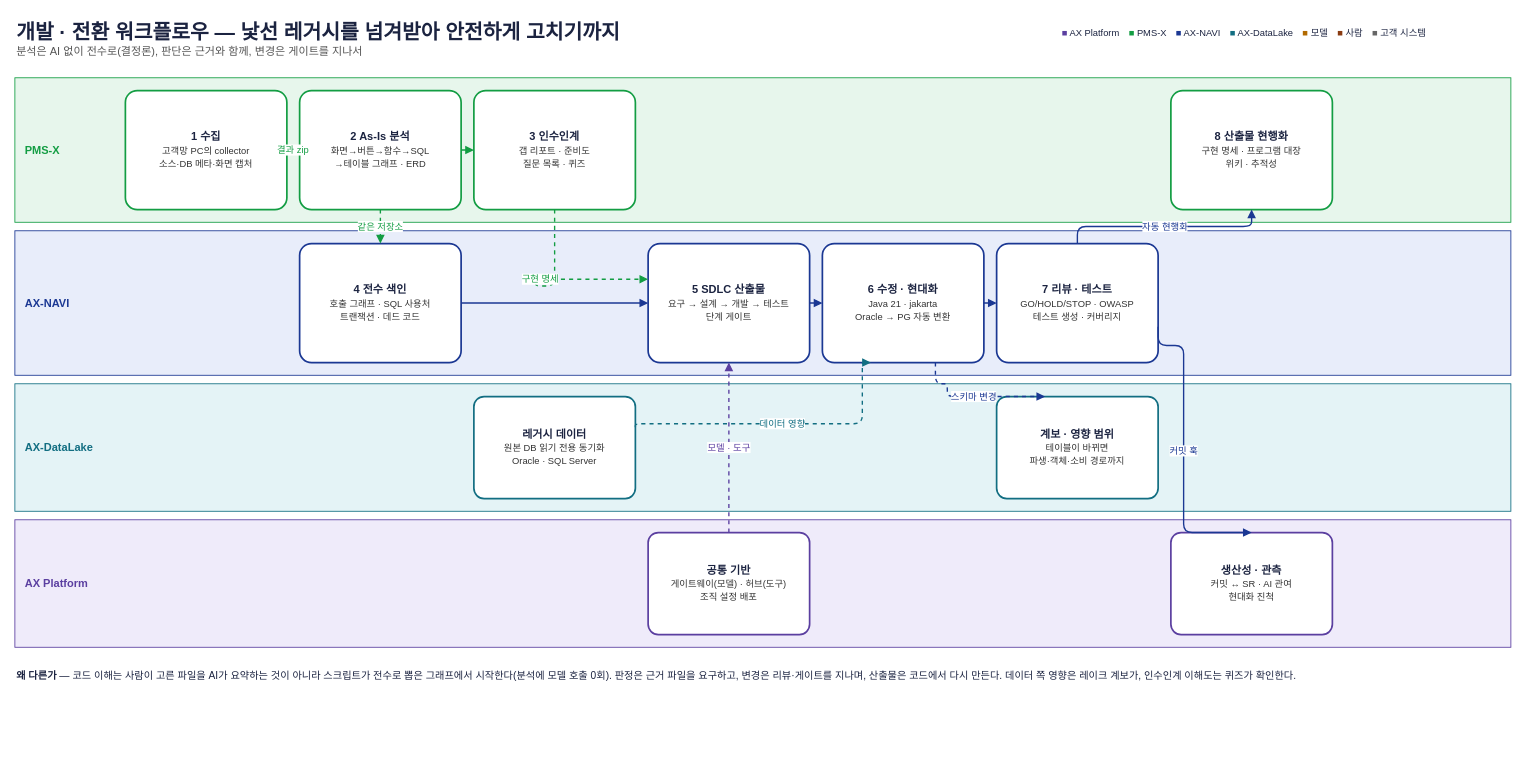
Before: page "3. 개발 · 전환 워크플로우 — SI에서 SM으로, 레거시에서 현대화로" (3 of 4) of download/hnix-ax-ecosystem.drawio in Malburi/hnix-ax-site, a draw.io diagram. Source tidied: cells renumbered, new cells numbered last; positions are measured from the earlier drawing's top-left corner, leaving out a move shared by most shapes. Both pictures are drawn from the tidied source at 85%, with x=0, y=0 at pixel (14, 14).
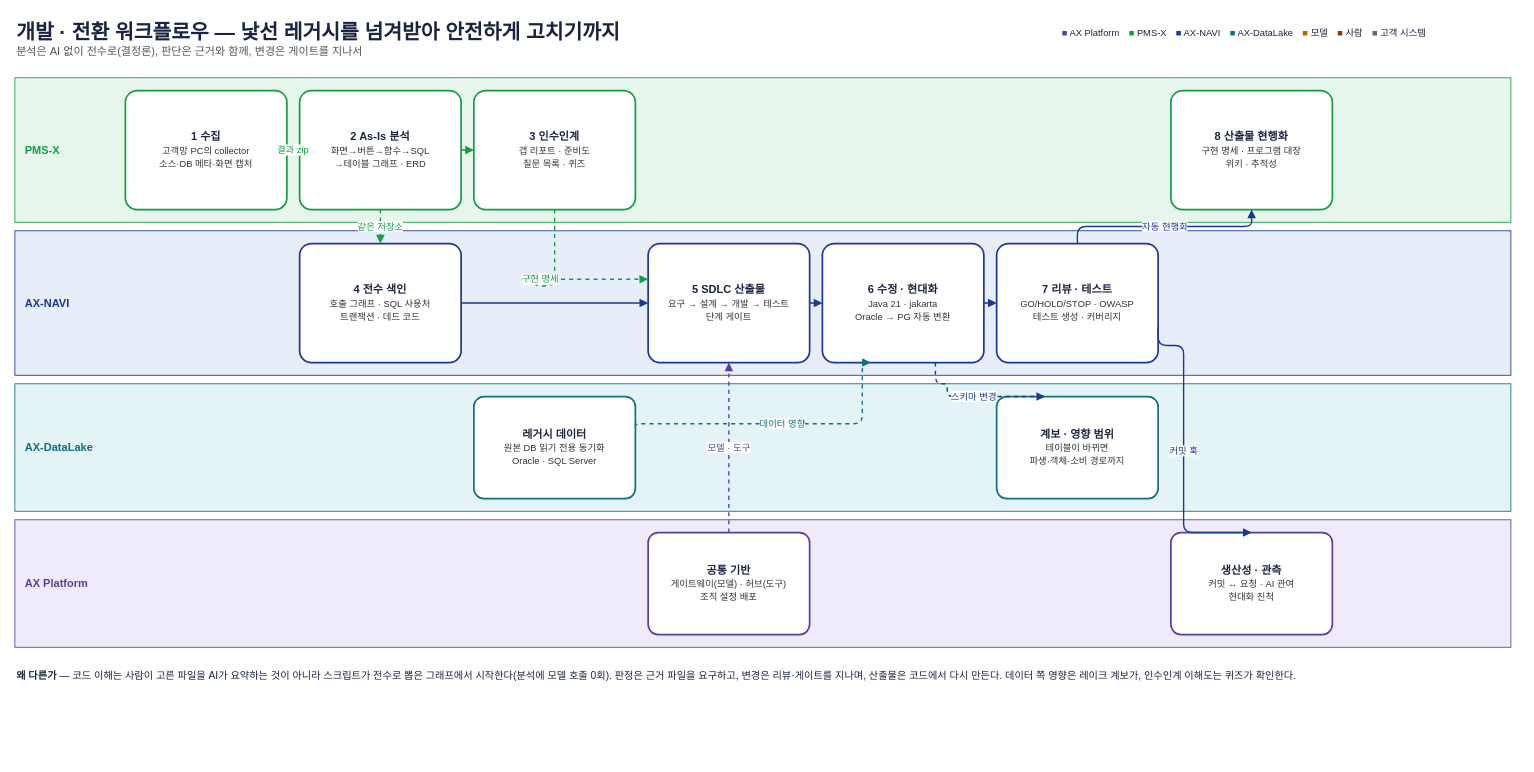
Above is the later version.

The edit, as a diff of the source:
```diff
@@
-    <mxCell id="19" value="&lt;b&gt;생산성 · 관측&lt;/b&gt;&lt;br&gt;&lt;font style='font-size:11px' color='#333333'&gt;커밋 ↔ SR · AI 관여&lt;/font&gt;&lt;br&gt;&lt;font style='font-size:11px' color='#333333'&gt;현대화 진척&lt;/font&gt;" style="rounded=1;arcSize=10;strokeWidth=2;whiteSpace=wrap;html=1;strokeColor=#5B3FA0;fillColor=#FFFFFF;fontSize=13;fontColor=#1B2340;" parent="1" vertex="1">
+    <mxCell id="19" value="&lt;b&gt;생산성 · 관측&lt;/b&gt;&lt;br&gt;&lt;font style='font-size:11px' color='#333333'&gt;커밋 ↔ 요청 · AI 관여&lt;/font&gt;&lt;br&gt;&lt;font style='font-size:11px' color='#333333'&gt;현대화 진척&lt;/font&gt;" style="rounded=1;arcSize=10;strokeWidth=2;whiteSpace=wrap;html=1;strokeColor=#5B3FA0;fillColor=#FFFFFF;fontSize=13;fontColor=#1B2340;" parent="1" vertex="1">
       <mxGeometry x="1360" y="609" width="190" height="120" as="geometry" />
     </mxCell>
```
